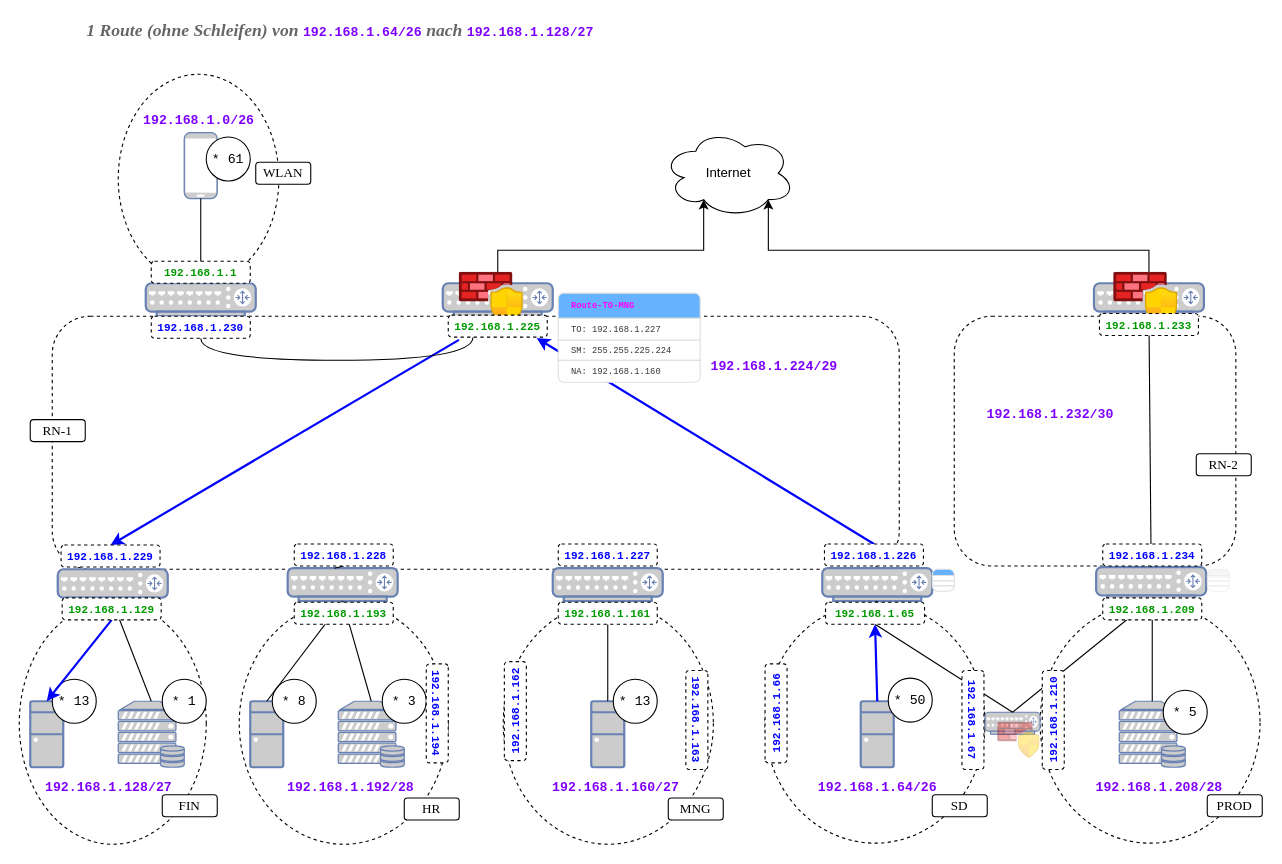
pro-tirone-computatri/protico.ltx keeps this draw.io diagram as sources/lf.09/img.lf/ipv4-segmentation-task-condensed.drawio. Above is the earlier version. Source tidied: cells renumbered, new cells numbered last; positions are measured from the earlier drawing's top-left corner, leaving out a move shared by most shapes. Both pictures are drawn from the tidied source at 110%, with x=0, y=0 at pixel (19, 19).
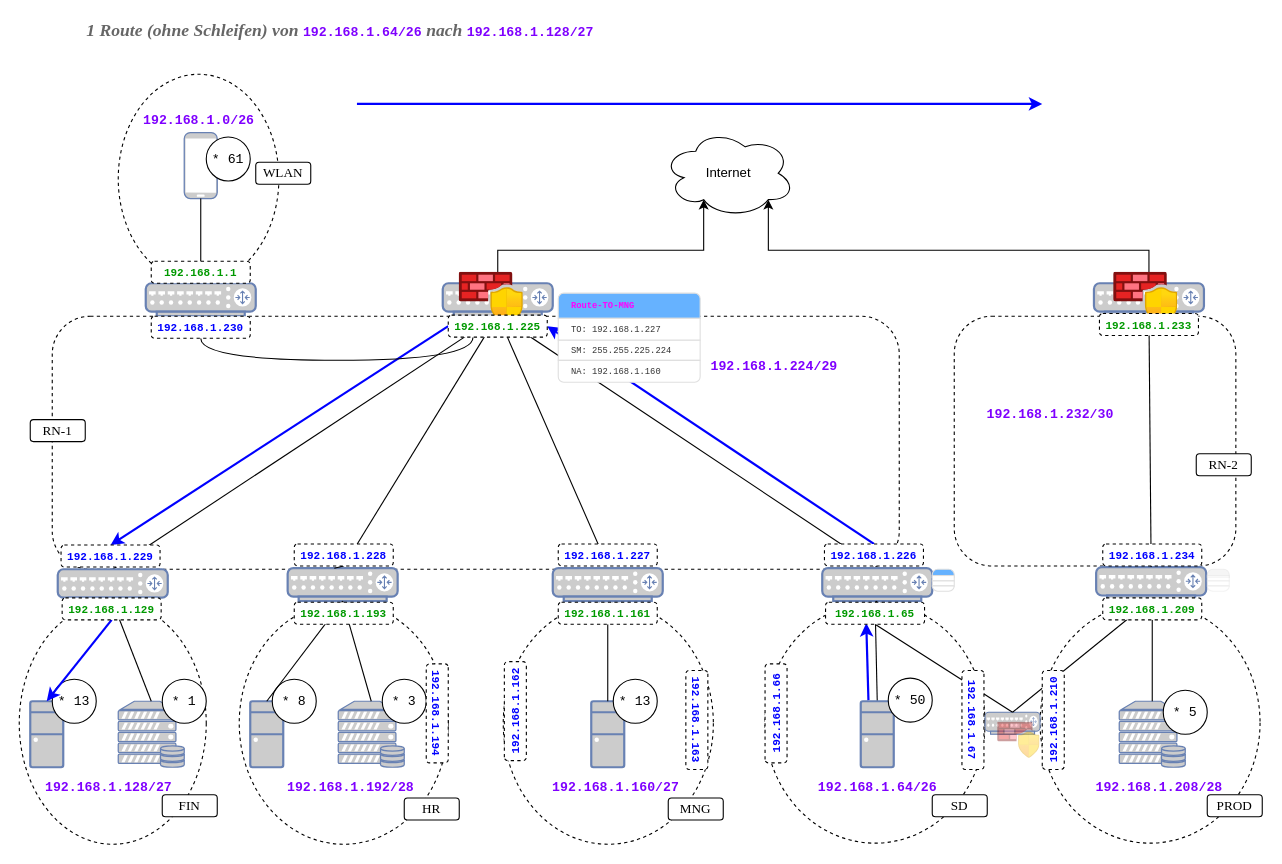
The same diagram, later.

Unchanged cells that the change refers to:
```xml
<mxCell id="11" style="fontColor=#0066CC;verticalAlign=top;verticalLabelPosition=bottom;labelPosition=center;align=center;html=1;outlineConnect=0;fillColor=#CCCCCC;strokeColor=#6881B3;gradientColor=none;gradientDirection=north;strokeWidth=2;shape=mxgraph.networks.router;" parent="1" vertex="1">
  <mxGeometry x="35" y="500" width="100" height="30" as="geometry" />
</mxCell>
<mxCell id="24" style="fontColor=#0066CC;verticalAlign=top;verticalLabelPosition=bottom;labelPosition=center;align=center;html=1;outlineConnect=0;fillColor=#CCCCCC;strokeColor=#6881B3;gradientColor=none;gradientDirection=north;strokeWidth=2;shape=mxgraph.networks.desktop_pc;" parent="1" vertex="1">
  <mxGeometry x="765" y="620" width="30" height="60" as="geometry" />
</mxCell>
<mxCell id="61" value="&lt;font color=&quot;#009900&quot; style=&quot;font-size: 10px;&quot; face=&quot;Courier New&quot;&gt;&lt;b style=&quot;&quot;&gt;192.168.1.65&lt;/b&gt;&lt;/font&gt;" style="rounded=1;whiteSpace=wrap;html=1;dashed=1;" parent="1" vertex="1">
  <mxGeometry x="733" y="530" width="90" height="20" as="geometry" />
</mxCell>
<mxCell id="83" value="&lt;font style=&quot;font-size: 10px;&quot; color=&quot;#0000ff&quot; face=&quot;Courier New&quot;&gt;&lt;b style=&quot;&quot;&gt;192.168.1.226&lt;/b&gt;&lt;/font&gt;" style="rounded=1;whiteSpace=wrap;html=1;dashed=1;" parent="1" vertex="1">
  <mxGeometry x="732" y="477" width="90" height="20" as="geometry" />
</mxCell>
<mxCell id="85" value="&lt;font style=&quot;font-size: 10px;&quot; color=&quot;#0000ff&quot; face=&quot;Courier New&quot;&gt;&lt;b style=&quot;&quot;&gt;192.168.1.228&lt;/b&gt;&lt;/font&gt;" style="rounded=1;whiteSpace=wrap;html=1;dashed=1;" parent="1" vertex="1">
  <mxGeometry x="250" y="477" width="90" height="20" as="geometry" />
</mxCell>
<mxCell id="86" value="&lt;font style=&quot;font-size: 10px;&quot; color=&quot;#0000ff&quot; face=&quot;Courier New&quot;&gt;&lt;b style=&quot;&quot;&gt;192.168.1.229&lt;/b&gt;&lt;/font&gt;" style="rounded=1;whiteSpace=wrap;html=1;dashed=1;" parent="1" vertex="1">
  <mxGeometry x="38" y="478" width="90" height="20" as="geometry" />
</mxCell>
<mxCell id="107" value="&lt;font style=&quot;font-size: 10px;&quot; color=&quot;#0000ff&quot; face=&quot;Courier New&quot;&gt;&lt;b style=&quot;&quot;&gt;192.168.1.227&lt;/b&gt;&lt;/font&gt;" style="rounded=1;whiteSpace=wrap;html=1;dashed=1;" parent="1" vertex="1">
  <mxGeometry x="490" y="477" width="90" height="20" as="geometry" />
</mxCell>
<mxCell id="109" value="&lt;font color=&quot;#009900&quot; style=&quot;font-size: 10px;&quot; face=&quot;Courier New&quot;&gt;&lt;b style=&quot;&quot;&gt;192.168.1.225&lt;/b&gt;&lt;/font&gt;" style="rounded=1;whiteSpace=wrap;html=1;dashed=1;" parent="1" vertex="1">
  <mxGeometry x="390" y="269" width="90" height="20" as="geometry" />
</mxCell>
```

What changed in the source:
```diff
@@
+    <mxCell id="6" style="ellipse;whiteSpace=wrap;html=1;dashed=1;" parent="1" vertex="1">
+      <mxGeometry x="678" y="530" width="200" height="219" as="geometry" />
+    </mxCell>
+    <mxCell id="113" style="endArrow=none;html=1;rounded=0;exitX=0.5;exitY=0;exitDx=0;exitDy=0;exitPerimeter=0;entryX=0.5;entryY=0;entryDx=0;entryDy=0;" parent="1" edge="1" source="24" target="61">
+      <mxGeometry relative="1" as="geometry" />
+    </mxCell>
+    <mxCell id="4" style="rounded=1;whiteSpace=wrap;html=1;dashed=1;" parent="1" vertex="1">
+      <mxGeometry x="30" y="270" width="770" height="230" as="geometry" />
+    </mxCell>
+    <mxCell id="114" style="endArrow=none;html=1;rounded=0;exitX=0.5;exitY=1;exitDx=0;exitDy=0;entryX=0.5;entryY=0;entryDx=0;entryDy=0;" parent="1" edge="1" source="83" target="109">
+      <mxGeometry relative="1" as="geometry" />
+    </mxCell>
+    <mxCell id="115" style="endArrow=none;html=1;rounded=0;exitX=0.5;exitY=0;exitDx=0;exitDy=0;entryX=0.5;entryY=0;entryDx=0;entryDy=0;exitPerimeter=0;" parent="1" edge="1" source="11" target="109">
+      <mxGeometry relative="1" as="geometry" />
+    </mxCell>
+    <mxCell id="116" style="endArrow=none;html=1;rounded=0;exitX=0.5;exitY=1;exitDx=0;exitDy=0;entryX=0.5;entryY=0;entryDx=0;entryDy=0;" parent="1" edge="1" source="85" target="109">
+      <mxGeometry relative="1" as="geometry" />
+    </mxCell>
+    <mxCell id="117" style="endArrow=none;html=1;rounded=0;exitX=0.5;exitY=1;exitDx=0;exitDy=0;entryX=0.5;entryY=0;entryDx=0;entryDy=0;" parent="1" edge="1" source="107" target="109">
+      <mxGeometry relative="1" as="geometry" />
+    </mxCell>
@@
-    <mxCell id="4" style="rounded=1;whiteSpace=wrap;html=1;dashed=1;" parent="1" vertex="1">
-      <mxGeometry x="30" y="270" width="770" height="230" as="geometry" />
-    </mxCell>
@@
-    <mxCell id="6" style="ellipse;whiteSpace=wrap;html=1;dashed=1;" parent="1" vertex="1">
-      <mxGeometry x="678" y="530" width="200" height="219" as="geometry" />
-    </mxCell>
@@
-    <mxCell id="34" style="endArrow=none;html=1;rounded=0;exitX=0.5;exitY=0;exitDx=0;exitDy=0;entryX=0.108;entryY=1.123;entryDx=0;entryDy=0;strokeColor=#0000FF;strokeWidth=2;entryPerimeter=0;startArrow=classic;startFill=1;" parent="1" edge="1" source="86" target="109">
+    <mxCell id="34" style="endArrow=none;html=1;rounded=0;exitX=0.5;exitY=0;exitDx=0;exitDy=0;entryX=0;entryY=0.5;entryDx=0;entryDy=0;strokeColor=#0000FF;strokeWidth=2;startArrow=classic;startFill=1;" parent="1" edge="1" source="86" target="109">
       <mxGeometry relative="1" as="geometry" />
     </mxCell>
@@
-    <mxCell id="43" style="endArrow=classic;html=1;rounded=0;exitX=0.5;exitY=0;exitDx=0;exitDy=0;exitPerimeter=0;strokeColor=#0000FF;strokeWidth=2;entryX=0.5;entryY=1;entryDx=0;entryDy=0;endFill=1;" parent="1" edge="1" source="24" target="61">
-      <mxGeometry relative="1" as="geometry" />
+    <mxCell id="43" style="endArrow=classic;html=1;rounded=0;exitX=0.5;exitY=0;exitDx=0;exitDy=0;exitPerimeter=0;strokeColor=#0000FF;strokeWidth=2;entryX=0.5;entryY=1;entryDx=0;entryDy=0;endFill=1;" parent="1" edge="1">
+      <mxGeometry relative="1" as="geometry">
+        <mxPoint x="772" y="619" as="sourcePoint" />
+        <mxPoint x="770" y="549" as="targetPoint" />
+      </mxGeometry>
     </mxCell>
@@
-    <mxCell id="82" style="endArrow=classic;html=1;rounded=0;entryX=0.893;entryY=1.04;entryDx=0;entryDy=0;entryPerimeter=0;exitX=0.5;exitY=0;exitDx=0;exitDy=0;fontStyle=4;strokeColor=#0000FF;strokeWidth=2;startArrow=none;startFill=0;endFill=1;" parent="1" edge="1" source="83" target="109">
+    <mxCell id="82" style="endArrow=classic;html=1;rounded=0;entryX=1;entryY=0.5;entryDx=0;entryDy=0;exitX=0.5;exitY=0;exitDx=0;exitDy=0;fontStyle=4;strokeColor=#0000FF;strokeWidth=2;startArrow=none;startFill=0;endFill=1;" parent="1" edge="1" source="83" target="109">
       <mxGeometry relative="1" as="geometry" />
     </mxCell>
@@
+    <mxCell id="118" style="endArrow=none;html=1;rounded=0;entryX=0;entryY=0.5;entryDx=0;entryDy=0;strokeColor=#0000FF;strokeWidth=2;startArrow=classic;startFill=1;" parent="1" edge="1">
+      <mxGeometry relative="1" as="geometry">
+        <mxPoint x="930" y="77" as="sourcePoint" />
+        <mxPoint x="307" y="77" as="targetPoint" />
+      </mxGeometry>
+    </mxCell>
```
